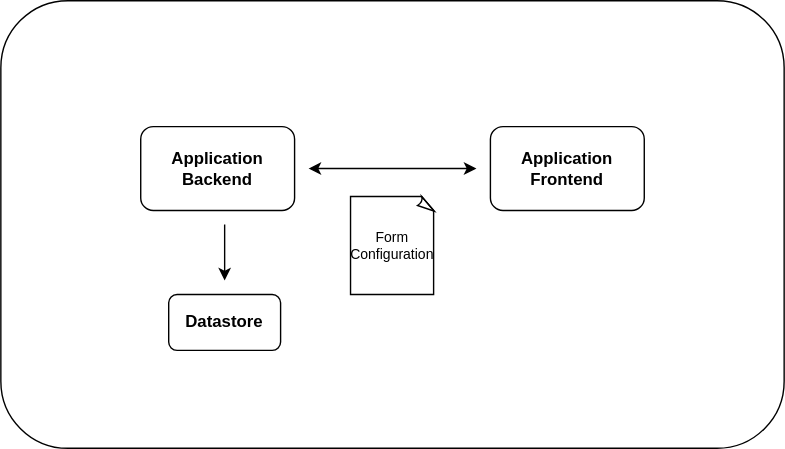
Before: assets/Single_App_libreForms_Architecture.drawio.svg, a diagram exported from draw.io (libreForms/spec). Source tidied: cells renumbered, new cells last; positions are measured from the earlier drawing's top-left corner, leaving out a move shared by most shapes.
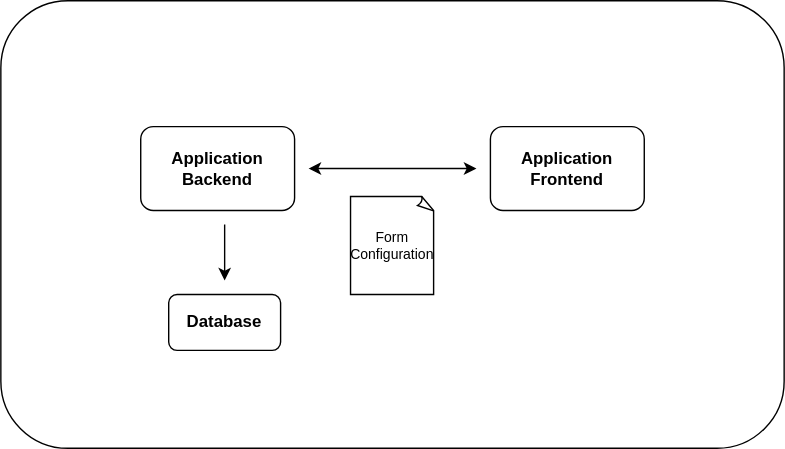
The same file after the commit.

Change to the diagram source:
```diff
@@ -8,7 +8,7 @@
     <mxCell id="3" value="&lt;div&gt;&lt;b&gt;Application&lt;/b&gt;&lt;/div&gt;&lt;div&gt;&lt;b&gt;Backend&lt;/b&gt;&lt;br&gt;&lt;/div&gt;" style="rounded=1;whiteSpace=wrap;html=1;" parent="1" vertex="1">
       <mxGeometry x="100" y="90" width="110" height="60" as="geometry" />
     </mxCell>
-    <mxCell id="4" value="&lt;b&gt;Datastore&lt;/b&gt;" style="rounded=1;whiteSpace=wrap;html=1;" parent="1" vertex="1">
+    <mxCell id="4" value="&lt;b&gt;Database&lt;/b&gt;" style="rounded=1;whiteSpace=wrap;html=1;" parent="1" vertex="1">
       <mxGeometry x="120" y="210" width="80" height="40" as="geometry" />
     </mxCell>
     <mxCell id="5" value="&lt;div&gt;&lt;b&gt;Application&lt;/b&gt;&lt;/div&gt;&lt;b&gt;Frontend&lt;/b&gt;" style="rounded=1;whiteSpace=wrap;html=1;" parent="1" vertex="1">
```
